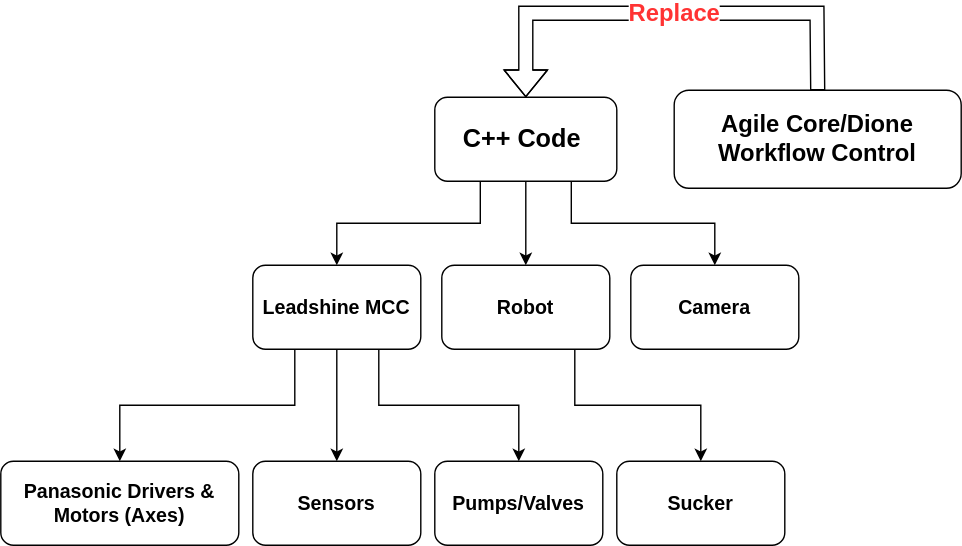
TONiiV/flowcharts keeps this draw.io diagram as RCAM-structure.drawio.svg. Above is the earlier version. Source tidied: cells renumbered, new cells last; positions are measured from the earlier drawing's top-left corner, leaving out a move shared by most shapes.
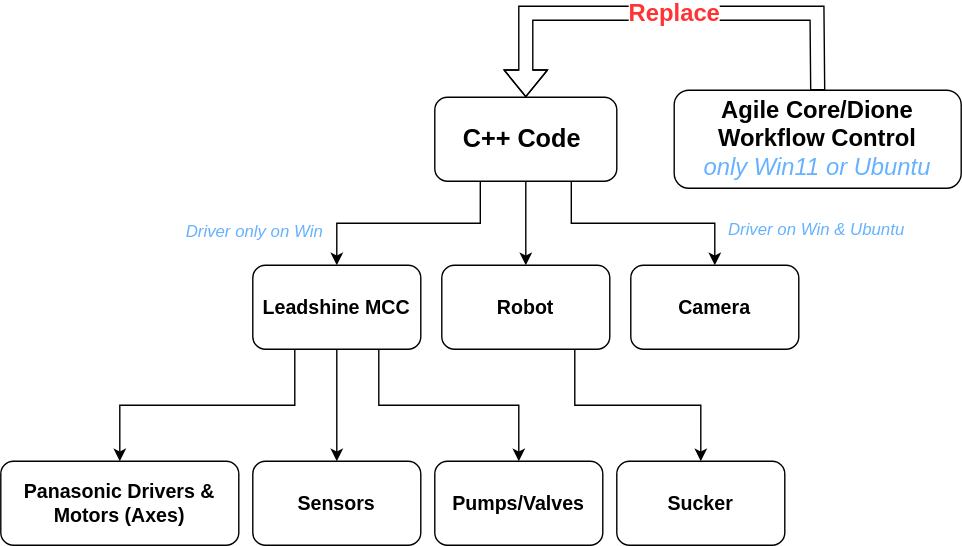
Above is the later version.

What changed in the source:
```diff
@@ -5,6 +5,11 @@
     <mxCell id="2" style="edgeStyle=orthogonalEdgeStyle;rounded=0;jettySize=auto;html=1;exitX=0.25;exitY=1;exitDx=0;exitDy=0;" parent="1" edge="1" source="5" target="9">
       <mxGeometry relative="1" as="geometry" />
     </mxCell>
+    <mxCell id="20" value="&lt;i&gt;&lt;font style=&quot;font-size: 12px;&quot; color=&quot;#66b2ff&quot;&gt;Driver only on Win&lt;/font&gt;&lt;/i&gt;" style="edgeLabel;html=1;align=center;verticalAlign=middle;" parent="2" vertex="1">
+      <mxGeometry x="0.19" y="-4" relative="1" as="geometry">
+        <mxPoint x="-95" y="9" as="offset" />
+      </mxGeometry>
+    </mxCell>
     <mxCell id="3" style="edgeStyle=orthogonalEdgeStyle;rounded=0;jettySize=auto;html=1;entryX=0.5;entryY=0;entryDx=0;entryDy=0;" parent="1" edge="1" source="5" target="12">
       <mxGeometry relative="1" as="geometry" />
     </mxCell>
@@ -23,7 +28,7 @@
     <mxCell id="8" style="edgeStyle=orthogonalEdgeStyle;rounded=0;jettySize=auto;html=1;exitX=0.75;exitY=1;exitDx=0;exitDy=0;" parent="1" edge="1" source="9" target="15">
       <mxGeometry relative="1" as="geometry" />
     </mxCell>
-    <mxCell id="9" value="&lt;b&gt;&lt;font style=&quot;font-size: 14px;&quot;&gt;Leadshine MCC&lt;/font&gt;&lt;/b&gt;" style="rounded=1;whiteSpace=wrap;html=1;" parent="1" vertex="1">
+    <mxCell id="9" value="&lt;font style=&quot;font-size: 14px;&quot;&gt;&lt;b&gt;Leadshine MCC&lt;/b&gt;&lt;br&gt;&lt;/font&gt;" style="rounded=1;whiteSpace=wrap;html=1;" parent="1" vertex="1">
       <mxGeometry x="180" y="180" width="120" height="60" as="geometry" />
     </mxCell>
     <mxCell id="10" value="&lt;b&gt;&lt;font style=&quot;font-size: 14px;&quot;&gt;Panasonic Drivers &amp;amp; Motors (Axes)&lt;/font&gt;&lt;/b&gt;" style="rounded=1;whiteSpace=wrap;html=1;" parent="1" vertex="1">
@@ -50,7 +55,7 @@
     <mxCell id="15" value="&lt;span style=&quot;font-size: 14px;&quot;&gt;&lt;b&gt;Pumps/Valves&lt;/b&gt;&lt;/span&gt;" style="rounded=1;whiteSpace=wrap;html=1;" parent="1" vertex="1">
       <mxGeometry x="310" y="320" width="120" height="60" as="geometry" />
     </mxCell>
-    <mxCell id="16" value="&lt;b&gt;&lt;font style=&quot;font-size: 17px;&quot;&gt;Agile Core/Dione&lt;br&gt;Workflow Control&lt;br&gt;&lt;/font&gt;&lt;/b&gt;" style="rounded=1;whiteSpace=wrap;html=1;" parent="1" vertex="1">
+    <mxCell id="16" value="&lt;font style=&quot;font-size: 17px;&quot;&gt;&lt;b&gt;Agile Core/Dione&lt;/b&gt;&lt;br&gt;&lt;b&gt;Workflow Control&lt;/b&gt;&lt;br&gt;&lt;i&gt;&lt;font color=&quot;#66b2ff&quot;&gt;only Win11 or Ubuntu&lt;/font&gt;&lt;/i&gt;&lt;br&gt;&lt;/font&gt;" style="rounded=1;whiteSpace=wrap;html=1;" parent="1" vertex="1">
       <mxGeometry x="481" y="55" width="205" height="70" as="geometry" />
     </mxCell>
     <mxCell id="17" style="shape=flexArrow;endArrow=classic;html=1;rounded=0;exitX=0.5;exitY=0;exitDx=0;exitDy=0;entryX=0.5;entryY=0;entryDx=0;entryDy=0;" parent="1" edge="1" source="16" target="5">
@@ -69,5 +74,8 @@
     <mxCell id="19" value="&lt;span style=&quot;font-size: 14px;&quot;&gt;&lt;b&gt;Sucker&lt;/b&gt;&lt;/span&gt;" style="rounded=1;whiteSpace=wrap;html=1;" parent="1" vertex="1">
       <mxGeometry x="440" y="320" width="120" height="60" as="geometry" />
     </mxCell>
+    <mxCell id="21" value="&lt;i&gt;&lt;font color=&quot;#66b2ff&quot;&gt;Driver on Win &amp;amp; Ubuntu&amp;nbsp;&lt;/font&gt;&lt;/i&gt;" style="text;html=1;align=center;verticalAlign=middle;strokeColor=none;fillColor=none;" parent="1" vertex="1">
+      <mxGeometry x="508.5" y="140" width="150" height="30" as="geometry" />
+    </mxCell>
   </root>
 </mxGraphModel>
```
